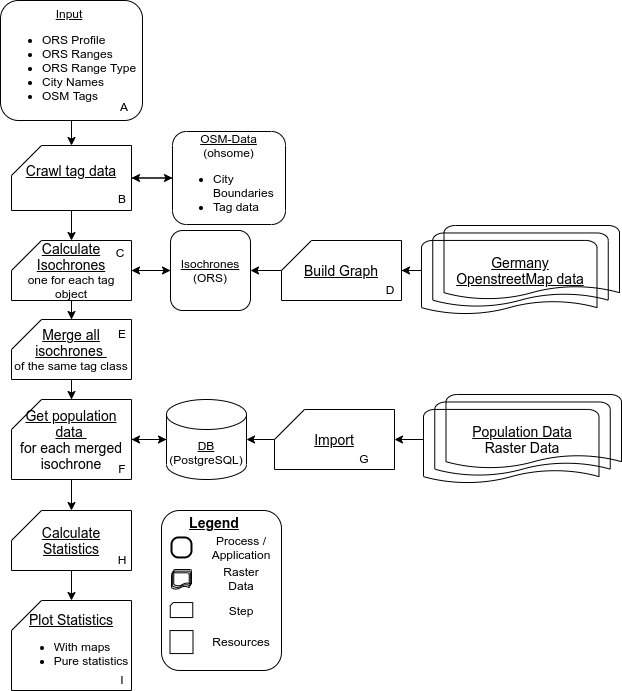
Above: static/flows/processing_flow.png in MichaelsJP/Unrelevant (draw.io), before the change. Source tidied: cells renumbered, new cells last; positions are measured from the earlier drawing's top-left corner, leaving out a move shared by most shapes.
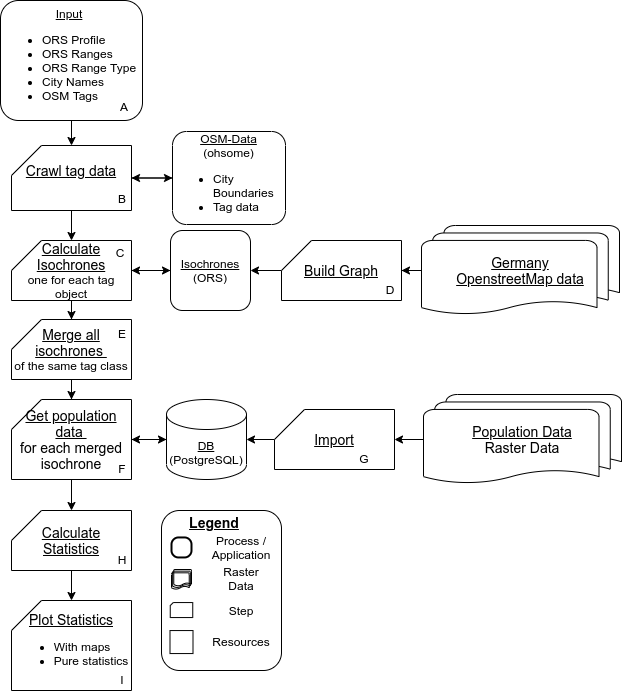
After the change.

Commit message:
adjust flow

Diff of the diagram source:
```diff
@@ -55,7 +55,7 @@
     <mxCell id="18" style="group;" parent="1" vertex="1">
       <mxGeometry x="166" y="394" width="449" height="90" as="geometry" />
     </mxCell>
-    <mxCell id="19" value="&lt;span style=&quot;font-size: 14px&quot;&gt;&lt;u&gt;Population Data&lt;/u&gt;&lt;br&gt;Raster Data&lt;br&gt;&lt;/span&gt;" style="strokeWidth=1;html=1;shape=mxgraph.flowchart.multi-document;whiteSpace=wrap;rounded=1;fillColor=none;" parent="18" vertex="1">
+    <mxCell id="19" value="&lt;span style=&quot;font-size: 14px&quot;&gt;&lt;u&gt;Population Data&lt;/u&gt;&lt;br&gt;Raster Data&lt;br&gt;&lt;/span&gt;" style="strokeWidth=1;html=1;shape=mxgraph.flowchart.multi-document;whiteSpace=wrap;rounded=1;fillColor=white;" parent="18" vertex="1">
       <mxGeometry x="257" width="198" height="90" as="geometry" />
     </mxCell>
     <mxCell id="20" value="&lt;u&gt;DB&lt;/u&gt;&lt;br&gt;(PostgreSQL)" style="shape=cylinder3;whiteSpace=wrap;html=1;boundedLbl=1;backgroundOutline=1;size=15;" parent="18" vertex="1">
@@ -123,7 +123,7 @@
     <mxCell id="40" value="&lt;font&gt;&lt;span style=&quot;font-size: 14px&quot;&gt;&lt;u&gt;Calculate Statistics&lt;/u&gt;&lt;br&gt;&lt;/span&gt;&lt;/font&gt;" style="shape=card;whiteSpace=wrap;html=1;fontFamily=Helvetica;fontSize=12;fontColor=#000000;align=center;strokeColor=#000000;fillColor=#ffffff;" parent="1" vertex="1">
       <mxGeometry x="11" y="510" width="120" height="60" as="geometry" />
     </mxCell>
-    <mxCell id="41" value="&lt;span style=&quot;font-size: 14px&quot;&gt;&lt;u&gt;Germany&lt;br&gt;OpenstreetMap data&lt;/u&gt;&lt;br&gt;&lt;/span&gt;" style="strokeWidth=1;html=1;shape=mxgraph.flowchart.multi-document;whiteSpace=wrap;rounded=1;fillColor=none;" parent="1" vertex="1">
+    <mxCell id="41" value="&lt;span style=&quot;font-size: 14px&quot;&gt;&lt;u&gt;Germany&lt;br&gt;OpenstreetMap data&lt;/u&gt;&lt;br&gt;&lt;/span&gt;" style="strokeWidth=1;html=1;shape=mxgraph.flowchart.multi-document;whiteSpace=wrap;rounded=1;fillColor=white;" parent="1" vertex="1">
       <mxGeometry x="421" y="225" width="198" height="90" as="geometry" />
     </mxCell>
     <mxCell id="42" style="edgeStyle=orthogonalEdgeStyle;rounded=0;jettySize=auto;html=1;entryX=1;entryY=0.5;entryDx=0;entryDy=0;" parent="1" edge="1" source="43" target="32">
```
